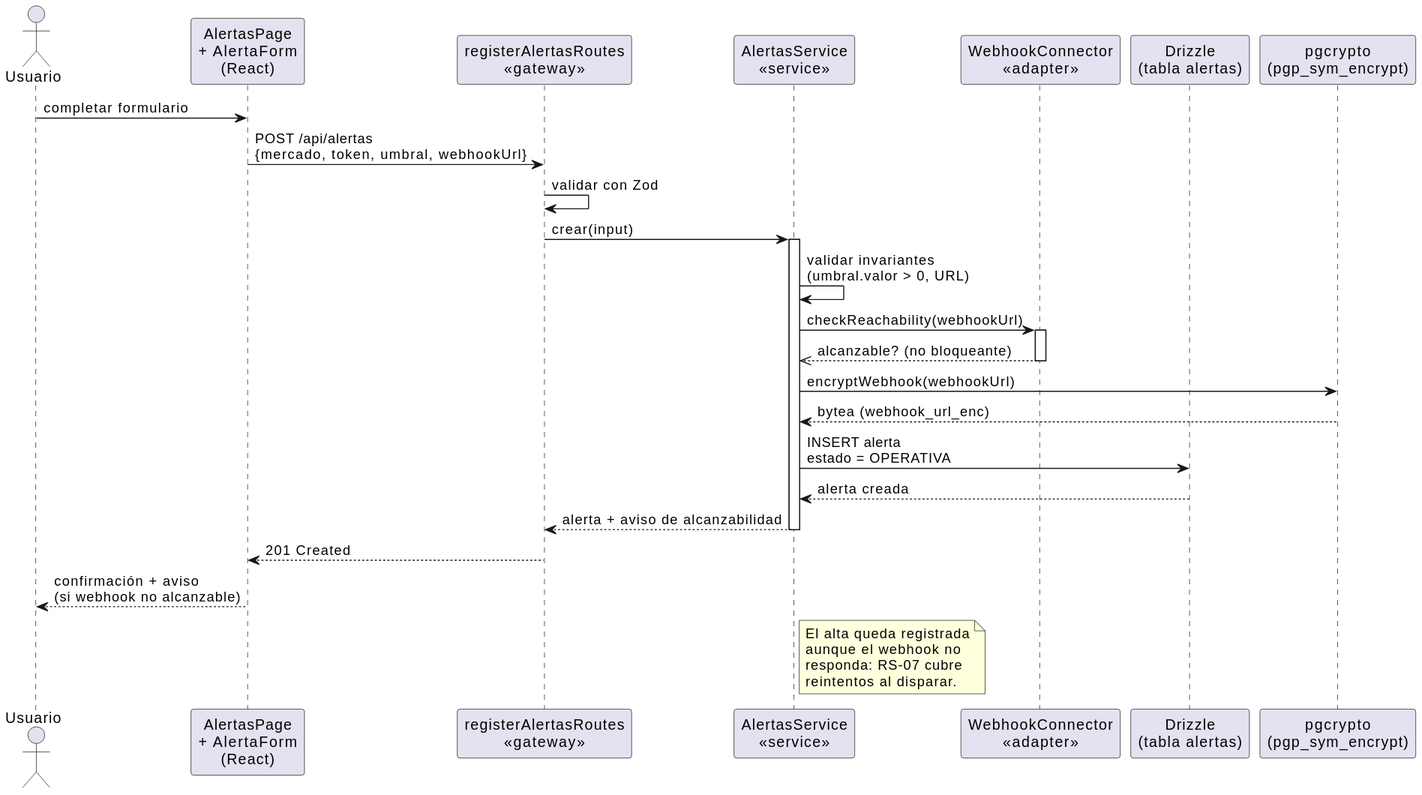
nekiiiiis/tfg keeps this PlantUML diagram as imagenes/capitulo3/diseno-secuencia-CU-09.svg. Above is the earlier version.
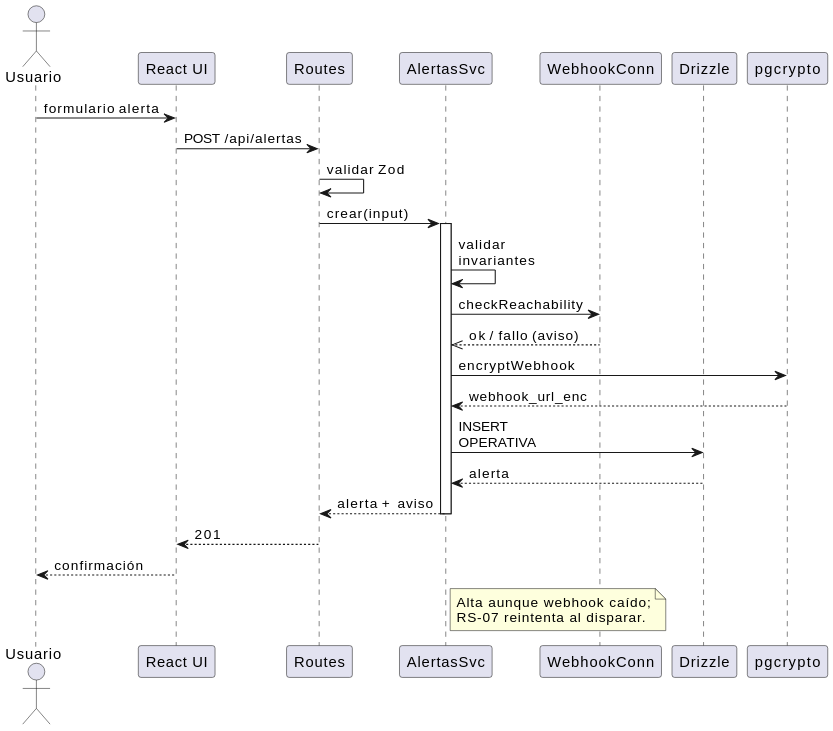
The same file after the commit.

The edit, as a diff of the source:
```diff
@@ -1,44 +1,35 @@
 @startuml
+scale 0.75
 skinparam shadowing false
+skinparam maxMessageSize 120
 
-actor "Usuario" as U
-participant "AlertasPage\n+ AlertaForm\n(React)" as VIEW
-participant "registerAlertasRoutes\n<<gateway>>" as CTRL
-participant "AlertasService\n<<service>>" as SVC
-participant "WebhookConnector\n<<adapter>>" as WHC
-participant "Drizzle\n(tabla alertas)" as DB
-participant "pgcrypto\n(pgp_sym_encrypt)" as CRY
+actor Usuario as U
+participant "React UI" as VIEW
+participant "Routes" as CTRL
+participant "AlertasSvc" as SVC
+participant "WebhookConn" as WHC
+participant "Drizzle" as DB
+participant "pgcrypto" as CRY
 
-U -> VIEW : completar formulario
-VIEW -> CTRL : POST /api/alertas\n{mercado, token, umbral, webhookUrl}
-CTRL -> CTRL : validar con Zod
-
+U -> VIEW : formulario alerta
+VIEW -> CTRL : POST /api/alertas
+CTRL -> CTRL : validar Zod
 CTRL -> SVC : crear(input)
 activate SVC
-
-SVC -> SVC : validar invariantes\n(umbral.valor > 0, URL)
-
-SVC -> WHC : checkReachability(webhookUrl)
-activate WHC
-WHC -->> SVC : alcanzable? (no bloqueante)
-deactivate WHC
-
-SVC -> CRY : encryptWebhook(webhookUrl)
-CRY --> SVC : bytea (webhook_url_enc)
-
-SVC -> DB : INSERT alerta\nestado = OPERATIVA
-DB --> SVC : alerta creada
-
-SVC --> CTRL : alerta + aviso de alcanzabilidad
+SVC -> SVC : validar invariantes
+SVC -> WHC : checkReachability
+WHC -->> SVC : ok / fallo (aviso)
+SVC -> CRY : encryptWebhook
+CRY --> SVC : webhook_url_enc
+SVC -> DB : INSERT OPERATIVA
+DB --> SVC : alerta
+SVC --> CTRL : alerta + aviso
 deactivate SVC
-
-CTRL --> VIEW : 201 Created
-VIEW --> U : confirmación + aviso\n(si webhook no alcanzable)
+CTRL --> VIEW : 201
+VIEW --> U : confirmación
 
 note right of SVC
-  El alta queda registrada
-  aunque el webhook no
-  responda: RS-07 cubre
-  reintentos al disparar.
+  Alta aunque webhook caído;
+  RS-07 reintenta al disparar.
 end note
 @enduml
```
